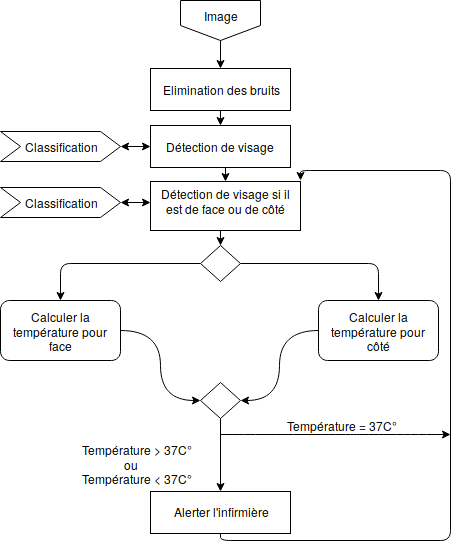
Above: thesis/Chapiter-3/img-Chapiter-3/Picture1.png in gabrieleldose27/CATT (draw.io), before the change. Source tidied: cells renumbered, new cells last; positions are measured from the earlier drawing's top-left corner, leaving out a move shared by most shapes.
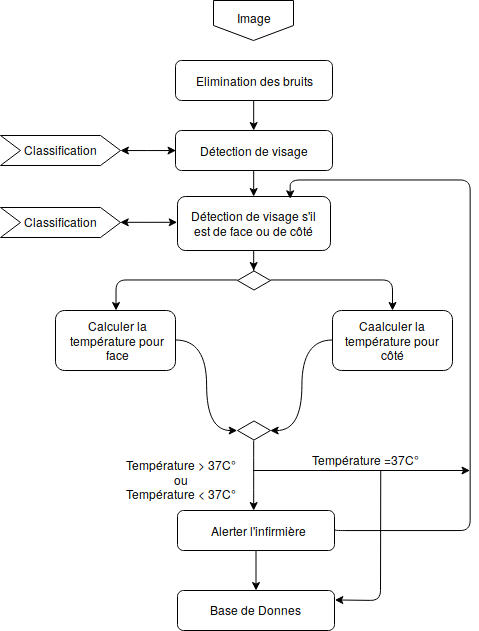
After the change.

What changed in the source:
```diff
@@ -2,129 +2,132 @@
   <root>
     <mxCell id="0" />
     <mxCell id="1" parent="0" />
-    <mxCell id="2" style="edgeStyle=orthogonalEdgeStyle;rounded=0;jettySize=auto;html=1;exitX=0.5;exitY=1;exitDx=0;exitDy=0;entryX=0.5;entryY=0;entryDx=0;entryDy=0;" parent="1" edge="1" source="3" target="5">
-      <mxGeometry relative="1" as="geometry" />
-    </mxCell>
-    <mxCell id="3" style="shape=offPageConnector;whiteSpace=wrap;html=1;" parent="1" vertex="1">
-      <mxGeometry x="180" width="80" height="40" as="geometry" />
-    </mxCell>
-    <mxCell id="4" style="edgeStyle=orthogonalEdgeStyle;rounded=0;jettySize=auto;html=1;exitX=0.5;exitY=1;exitDx=0;exitDy=0;entryX=0.5;entryY=0;entryDx=0;entryDy=0;" parent="1" edge="1" source="5" target="8">
-      <mxGeometry relative="1" as="geometry" />
-    </mxCell>
-    <mxCell id="5" style="rounded=0;whiteSpace=wrap;html=1;" parent="1" vertex="1">
-      <mxGeometry x="150" y="68" width="140" height="42" as="geometry" />
-    </mxCell>
+    <mxCell id="37" style="shape=offPageConnector;whiteSpace=wrap;html=1;" parent="1" vertex="1">
+      <mxGeometry x="113" y="-20" width="80" height="40" as="geometry" />
+    </mxCell>
-    <mxCell id="6" value="&lt;div&gt;Image&lt;/div&gt;" style="text;html=1;strokeColor=none;fillColor=none;align=center;verticalAlign=middle;whiteSpace=wrap;rounded=0;" parent="1" vertex="1">
-      <mxGeometry x="200" y="5" width="40" height="20" as="geometry" />
+    <mxCell id="6" value="Image" style="text;html=1;strokeColor=none;fillColor=none;align=center;verticalAlign=middle;whiteSpace=wrap;rounded=0;" parent="1" vertex="1">
+      <mxGeometry x="133" y="-13" width="40" height="20" as="geometry" />
     </mxCell>
-    <mxCell id="7" style="edgeStyle=orthogonalEdgeStyle;rounded=0;jettySize=auto;html=1;exitX=0.5;exitY=1;exitDx=0;exitDy=0;entryX=0.5;entryY=0;entryDx=0;entryDy=0;" parent="1" edge="1" source="8" target="10">
-      <mxGeometry relative="1" as="geometry" />
-    </mxCell>
-    <mxCell id="8" style="rounded=0;whiteSpace=wrap;html=1;" parent="1" vertex="1">
-      <mxGeometry x="150" y="125" width="140" height="42" as="geometry" />
-    </mxCell>
-    <mxCell id="9" style="edgeStyle=orthogonalEdgeStyle;rounded=0;jettySize=auto;html=1;exitX=0.5;exitY=1;exitDx=0;exitDy=0;entryX=0.5;entryY=0;entryDx=0;entryDy=0;startArrow=none;startFill=0;" parent="1" edge="1" source="10" target="21">
-      <mxGeometry relative="1" as="geometry" />
-    </mxCell>
-    <mxCell id="10" style="rounded=0;whiteSpace=wrap;html=1;" parent="1" vertex="1">
-      <mxGeometry x="150" y="181" width="150" height="49" as="geometry" />
-    </mxCell>
+    <mxCell id="38" style="edgeStyle=orthogonalEdgeStyle;rounded=0;jettySize=auto;html=1;entryX=0.5;entryY=0;entryDx=0;entryDy=0;" parent="1" edge="1" source="39" target="41">
+      <mxGeometry relative="1" as="geometry" />
+    </mxCell>
+    <mxCell id="39" style="rounded=1;whiteSpace=wrap;html=1;" parent="1" vertex="1">
+      <mxGeometry x="75" y="40" width="157" height="40" as="geometry" />
+    </mxCell>
     <mxCell id="11" value="Elimination des bruits" style="text;html=1;strokeColor=none;fillColor=none;align=center;verticalAlign=middle;whiteSpace=wrap;rounded=0;" parent="1" vertex="1">
-      <mxGeometry x="160" y="79" width="120" height="20" as="geometry" />
+      <mxGeometry x="86" y="50" width="134" height="20" as="geometry" />
     </mxCell>
+    <mxCell id="40" style="edgeStyle=orthogonalEdgeStyle;rounded=0;jettySize=auto;html=1;" parent="1" edge="1" source="41" target="43">
+      <mxGeometry relative="1" as="geometry" />
+    </mxCell>
+    <mxCell id="41" style="rounded=1;whiteSpace=wrap;html=1;" parent="1" vertex="1">
+      <mxGeometry x="75" y="110" width="157" height="40" as="geometry" />
+    </mxCell>
+    <mxCell id="42" style="edgeStyle=orthogonalEdgeStyle;rounded=0;jettySize=auto;html=1;" parent="1" edge="1" source="43" target="47">
+      <mxGeometry relative="1" as="geometry" />
+    </mxCell>
+    <mxCell id="43" style="rounded=1;whiteSpace=wrap;html=1;" parent="1" vertex="1">
+      <mxGeometry x="77" y="176" width="153" height="54" as="geometry" />
+    </mxCell>
     <mxCell id="12" value="Détection de visage" style="text;html=1;strokeColor=none;fillColor=none;align=center;verticalAlign=middle;whiteSpace=wrap;rounded=0;" parent="1" vertex="1">
-      <mxGeometry x="165" y="136" width="110" height="20" as="geometry" />
+      <mxGeometry x="96" y="120" width="114" height="20" as="geometry" />
     </mxCell>
-    <mxCell id="13" style="edgeStyle=orthogonalEdgeStyle;rounded=0;jettySize=auto;html=1;exitX=1;exitY=0.5;exitDx=0;exitDy=0;entryX=0;entryY=0.5;entryDx=0;entryDy=0;startArrow=classic;startFill=1;" parent="1" edge="1" source="14" target="8">
-      <mxGeometry relative="1" as="geometry" />
-    </mxCell>
-    <mxCell id="14" style="shape=step;perimeter=stepPerimeter;whiteSpace=wrap;html=1;fixedSize=1;" parent="1" vertex="1">
-      <mxGeometry y="131" width="120" height="30" as="geometry" />
-    </mxCell>
-    <mxCell id="15" value="&lt;div&gt;Classification&lt;/div&gt;" style="text;html=1;strokeColor=none;fillColor=none;align=center;verticalAlign=middle;whiteSpace=wrap;rounded=0;" parent="1" vertex="1">
-      <mxGeometry x="40" y="136" width="40" height="20" as="geometry" />
-    </mxCell>
-    <mxCell id="16" style="shape=step;perimeter=stepPerimeter;whiteSpace=wrap;html=1;fixedSize=1;" parent="1" vertex="1">
-      <mxGeometry y="187" width="120" height="30" as="geometry" />
-    </mxCell>
-    <mxCell id="17" value="&lt;div&gt;Classification&lt;/div&gt;" style="text;html=1;strokeColor=none;fillColor=none;align=center;verticalAlign=middle;whiteSpace=wrap;rounded=0;" parent="1" vertex="1">
-      <mxGeometry x="40" y="192" width="40" height="20" as="geometry" />
-    </mxCell>
-    <mxCell id="18" style="edgeStyle=orthogonalEdgeStyle;rounded=0;orthogonalLoop=1;jettySize=auto;html=1;exitX=1;exitY=0.5;exitDx=0;exitDy=0;entryX=0;entryY=0.5;entryDx=0;entryDy=0;startArrow=classic;startFill=1;" parent="1" edge="1">
-      <mxGeometry relative="1" as="geometry">
-        <mxPoint x="120" y="202" as="sourcePoint" />
-        <mxPoint x="150" y="202" as="targetPoint" />
-      </mxGeometry>
-    </mxCell>
-    <mxCell id="19" style="edgeStyle=orthogonalEdgeStyle;rounded=1;jettySize=auto;html=1;startArrow=none;startFill=0;" parent="1" edge="1" source="21" target="24">
-      <mxGeometry relative="1" as="geometry" />
-    </mxCell>
-    <mxCell id="20" style="edgeStyle=orthogonalEdgeStyle;jettySize=auto;html=1;entryX=0.5;entryY=0;entryDx=0;entryDy=0;startArrow=none;startFill=0;rounded=1;" parent="1" edge="1" source="21" target="25">
-      <mxGeometry relative="1" as="geometry" />
-    </mxCell>
-    <mxCell id="21" style="rhombus;whiteSpace=wrap;html=1;" parent="1" vertex="1">
-      <mxGeometry x="200" y="245" width="40" height="36" as="geometry" />
-    </mxCell>
-    <mxCell id="22" value="Détection de visage si il est de face ou de côté" style="text;html=1;strokeColor=none;fillColor=none;align=center;verticalAlign=middle;whiteSpace=wrap;rounded=0;" parent="1" vertex="1">
-      <mxGeometry x="157.5" y="189" width="135" height="23" as="geometry" />
-    </mxCell>
-    <mxCell id="23" style="edgeStyle=orthogonalEdgeStyle;jettySize=auto;html=1;entryX=0;entryY=0.5;entryDx=0;entryDy=0;startArrow=none;startFill=0;curved=1;" parent="1" edge="1" source="24" target="30">
-      <mxGeometry relative="1" as="geometry" />
-    </mxCell>
-    <mxCell id="24" style="rounded=1;whiteSpace=wrap;html=1;" parent="1" vertex="1">
-      <mxGeometry y="300" width="120" height="60" as="geometry" />
-    </mxCell>
-    <mxCell id="25" style="rounded=1;whiteSpace=wrap;html=1;" parent="1" vertex="1">
-      <mxGeometry x="318" y="300" width="120" height="60" as="geometry" />
-    </mxCell>
+    <mxCell id="44" value="Détection de visage s'il est de face ou de côté" style="text;html=1;strokeColor=none;fillColor=none;align=center;verticalAlign=middle;whiteSpace=wrap;rounded=0;" parent="1" vertex="1">
+      <mxGeometry x="86" y="192" width="134" height="20" as="geometry" />
+    </mxCell>
+    <mxCell id="45" style="edgeStyle=orthogonalEdgeStyle;rounded=1;jettySize=auto;html=1;" parent="1" edge="1" source="47" target="49">
+      <mxGeometry relative="1" as="geometry" />
+    </mxCell>
+    <mxCell id="46" style="edgeStyle=orthogonalEdgeStyle;rounded=1;jettySize=auto;html=1;" parent="1" edge="1" source="47" target="51">
+      <mxGeometry relative="1" as="geometry" />
+    </mxCell>
+    <mxCell id="47" style="html=1;whiteSpace=wrap;shape=isoRectangle;" parent="1" vertex="1">
+      <mxGeometry x="137" y="250" width="33" height="20" as="geometry" />
+    </mxCell>
+    <mxCell id="48" style="edgeStyle=orthogonalEdgeStyle;curved=1;jettySize=auto;html=1;entryX=-0.004;entryY=0.502;entryDx=0;entryDy=0;entryPerimeter=0;" parent="1" edge="1" source="49" target="53">
+      <mxGeometry relative="1" as="geometry" />
+    </mxCell>
+    <mxCell id="49" style="rounded=1;whiteSpace=wrap;html=1;" parent="1" vertex="1">
+      <mxGeometry x="-45" y="290" width="120" height="60" as="geometry" />
+    </mxCell>
+    <mxCell id="50" style="edgeStyle=orthogonalEdgeStyle;jettySize=auto;html=1;entryX=1;entryY=0.5;entryDx=0;entryDy=0;entryPerimeter=0;curved=1;" parent="1" edge="1" source="51" target="53">
+      <mxGeometry relative="1" as="geometry" />
+    </mxCell>
+    <mxCell id="51" style="rounded=1;whiteSpace=wrap;html=1;" parent="1" vertex="1">
+      <mxGeometry x="232" y="290" width="120" height="60" as="geometry" />
+    </mxCell>
+    <mxCell id="52" style="edgeStyle=orthogonalEdgeStyle;curved=1;jettySize=auto;html=1;" parent="1" edge="1" source="53">
+      <mxGeometry relative="1" as="geometry">
+        <mxPoint x="153.5" y="490" as="targetPoint" />
+        <Array as="points">
+          <mxPoint x="153" y="455" />
+          <mxPoint x="153" y="455" />
+        </Array>
+      </mxGeometry>
+    </mxCell>
+    <mxCell id="53" style="html=1;whiteSpace=wrap;shape=isoRectangle;" parent="1" vertex="1">
+      <mxGeometry x="137" y="400" width="33" height="20" as="geometry" />
+    </mxCell>
     <mxCell id="26" value="Calculer la température pour face" style="text;html=1;strokeColor=none;fillColor=none;align=center;verticalAlign=middle;whiteSpace=wrap;rounded=0;" parent="1" vertex="1">
-      <mxGeometry y="320" width="120" height="20" as="geometry" />
+      <mxGeometry x="-43" y="310" width="120" height="20" as="geometry" />
     </mxCell>
-    <mxCell id="27" style="edgeStyle=orthogonalEdgeStyle;curved=1;jettySize=auto;html=1;entryX=1;entryY=0.5;entryDx=0;entryDy=0;startArrow=none;startFill=0;" parent="1" edge="1" source="28" target="30">
-      <mxGeometry relative="1" as="geometry" />
-    </mxCell>
-    <mxCell id="28" value="Calculer la température pour côté" style="text;html=1;strokeColor=none;fillColor=none;align=center;verticalAlign=middle;whiteSpace=wrap;rounded=0;" parent="1" vertex="1">
-      <mxGeometry x="318" y="320" width="120" height="20" as="geometry" />
-    </mxCell>
-    <mxCell id="29" style="edgeStyle=orthogonalEdgeStyle;rounded=0;jettySize=auto;html=1;exitX=0.5;exitY=1;exitDx=0;exitDy=0;entryX=0.5;entryY=0;entryDx=0;entryDy=0;startArrow=none;startFill=0;" parent="1" edge="1" source="30" target="32">
-      <mxGeometry relative="1" as="geometry" />
-    </mxCell>
-    <mxCell id="30" style="rhombus;whiteSpace=wrap;html=1;" parent="1" vertex="1">
-      <mxGeometry x="200" y="382" width="40" height="36" as="geometry" />
-    </mxCell>
-    <mxCell id="31" style="edgeStyle=orthogonalEdgeStyle;jettySize=auto;html=1;exitX=0.5;exitY=1;exitDx=0;exitDy=0;startArrow=none;startFill=0;rounded=1;" parent="1" edge="1" source="32">
-      <mxGeometry relative="1" as="geometry">
-        <mxPoint x="300" y="180" as="targetPoint" />
-        <Array as="points">
-          <mxPoint x="220" y="540" />
-          <mxPoint x="450" y="540" />
-          <mxPoint x="450" y="170" />
-          <mxPoint x="300" y="170" />
-        </Array>
-      </mxGeometry>
-    </mxCell>
-    <mxCell id="32" style="rounded=0;whiteSpace=wrap;html=1;" parent="1" vertex="1">
-      <mxGeometry x="150" y="491" width="140" height="42" as="geometry" />
-    </mxCell>
+    <mxCell id="54" value="Caalculer la température pour côté" style="text;html=1;strokeColor=none;fillColor=none;align=center;verticalAlign=middle;whiteSpace=wrap;rounded=0;" parent="1" vertex="1">
+      <mxGeometry x="232" y="310" width="120" height="20" as="geometry" />
+    </mxCell>
+    <mxCell id="55" style="edgeStyle=orthogonalEdgeStyle;orthogonalLoop=1;jettySize=auto;html=1;rounded=1;" parent="1" edge="1">
+      <mxGeometry relative="1" as="geometry">
+        <mxPoint x="234" y="509.2" as="sourcePoint" />
+        <mxPoint x="190" y="178" as="targetPoint" />
+        <Array as="points">
+          <mxPoint x="370" y="510" />
+          <mxPoint x="370" y="159" />
+          <mxPoint x="190" y="159" />
+          <mxPoint x="190" y="178" />
+        </Array>
+      </mxGeometry>
+    </mxCell>
+    <mxCell id="56" style="edgeStyle=orthogonalEdgeStyle;rounded=0;jettySize=auto;html=1;startArrow=none;startFill=0;" parent="1" edge="1" source="57" target="64">
+      <mxGeometry relative="1" as="geometry" />
+    </mxCell>
+    <mxCell id="57" style="rounded=1;whiteSpace=wrap;html=1;" parent="1" vertex="1">
+      <mxGeometry x="77" y="490" width="157" height="40" as="geometry" />
+    </mxCell>
     <mxCell id="33" value="Alerter l'infirmière" style="text;html=1;strokeColor=none;fillColor=none;align=center;verticalAlign=middle;whiteSpace=wrap;rounded=0;" parent="1" vertex="1">
-      <mxGeometry x="170" y="497" width="100" height="28" as="geometry" />
+      <mxGeometry x="97" y="500" width="120" height="20" as="geometry" />
     </mxCell>
-    <mxCell id="34" style="endArrow=classic;html=1;curved=1;" parent="1" edge="1">
-      <mxGeometry relative="1" as="geometry">
-        <mxPoint x="220" y="434" as="sourcePoint" />
-        <mxPoint x="450" y="434" as="targetPoint" />
-        <Array as="points">
-          <mxPoint x="271" y="434" />
-          <mxPoint x="330" y="434" />
-          <mxPoint x="370" y="434" />
-        </Array>
-      </mxGeometry>
-    </mxCell>
-    <mxCell id="35" value="Température = 37C°" style="text;html=1;align=left;verticalAlign=top;spacingTop=-4;" parent="1" vertex="1">
-      <mxGeometry x="285" y="416" width="130" height="20" as="geometry" />
-    </mxCell>
-    <mxCell id="36" value="&lt;div&gt;Température &amp;gt; 37C°&lt;/div&gt;&lt;div&gt;&amp;nbsp;&amp;nbsp;&amp;nbsp;&amp;nbsp;&amp;nbsp;&amp;nbsp;&amp;nbsp;&amp;nbsp;&amp;nbsp;&amp;nbsp;&amp;nbsp;&amp;nbsp;&amp;nbsp; ou&lt;/div&gt;&lt;div&gt;Température &amp;lt; 37C°&lt;br&gt;&lt;/div&gt;" style="text;html=1;align=left;verticalAlign=top;spacingTop=-4;" parent="1" vertex="1">
-      <mxGeometry x="80" y="440" width="130" height="40" as="geometry" />
+    <mxCell id="36" value="&lt;div&gt;Température &amp;gt; 37C°&lt;/div&gt;&lt;div&gt;ou&lt;/div&gt;&lt;div&gt;Température &amp;lt; 37C°&lt;br&gt;&lt;/div&gt;" style="text;html=1;strokeColor=none;fillColor=none;align=center;verticalAlign=middle;whiteSpace=wrap;rounded=0;" parent="1" vertex="1">
+      <mxGeometry x="20" y="440" width="121" height="37" as="geometry" />
     </mxCell>
+    <mxCell id="58" style="endArrow=classic;html=1;rounded=1;" parent="1" edge="1">
+      <mxGeometry relative="1" as="geometry">
+        <mxPoint x="153" y="450" as="sourcePoint" />
+        <mxPoint x="369.5" y="450" as="targetPoint" />
+      </mxGeometry>
+    </mxCell>
+    <mxCell id="59" value="Température =37C°" style="text;html=1;points=[];align=left;verticalAlign=top;spacingTop=-4;" parent="1" vertex="1">
+      <mxGeometry x="210" y="430" width="120" height="20" as="geometry" />
+    </mxCell>
+    <mxCell id="60" style="edgeStyle=orthogonalEdgeStyle;rounded=0;jettySize=auto;html=1;entryX=0;entryY=0.5;entryDx=0;entryDy=0;startArrow=classic;startFill=1;" parent="1" edge="1" source="61" target="41">
+      <mxGeometry relative="1" as="geometry" />
+    </mxCell>
+    <mxCell id="61" value="Classification" style="shape=step;perimeter=stepPerimeter;whiteSpace=wrap;html=1;fixedSize=1;" parent="1" vertex="1">
+      <mxGeometry x="-100" y="115" width="120" height="30" as="geometry" />
+    </mxCell>
+    <mxCell id="62" style="edgeStyle=orthogonalEdgeStyle;rounded=0;jettySize=auto;html=1;startArrow=classic;startFill=1;entryX=-0.002;entryY=0.482;entryDx=0;entryDy=0;entryPerimeter=0;" parent="1" edge="1" source="63" target="43">
+      <mxGeometry relative="1" as="geometry" />
+    </mxCell>
+    <mxCell id="63" value="Classification" style="shape=step;perimeter=stepPerimeter;whiteSpace=wrap;html=1;fixedSize=1;" parent="1" vertex="1">
+      <mxGeometry x="-100" y="187" width="120" height="30" as="geometry" />
+    </mxCell>
+    <mxCell id="64" value="Base de Donnes" style="rounded=1;whiteSpace=wrap;html=1;" parent="1" vertex="1">
+      <mxGeometry x="77" y="570" width="157" height="40" as="geometry" />
+    </mxCell>
+    <mxCell id="65" style="endArrow=classic;html=1;entryX=1;entryY=0.25;entryDx=0;entryDy=0;rounded=1;exitX=0.583;exitY=1;exitDx=0;exitDy=0;exitPerimeter=0;" parent="1" edge="1" source="59" target="64">
+      <mxGeometry relative="1" as="geometry">
+        <Array as="points">
+          <mxPoint x="280" y="580" />
+        </Array>
+      </mxGeometry>
+    </mxCell>
   </root>
 </mxGraphModel>
```
